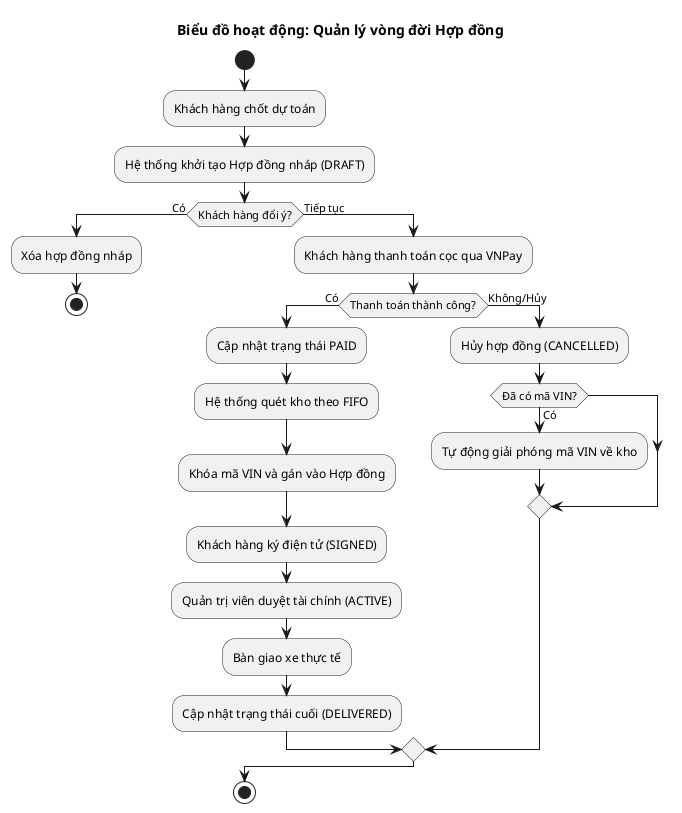
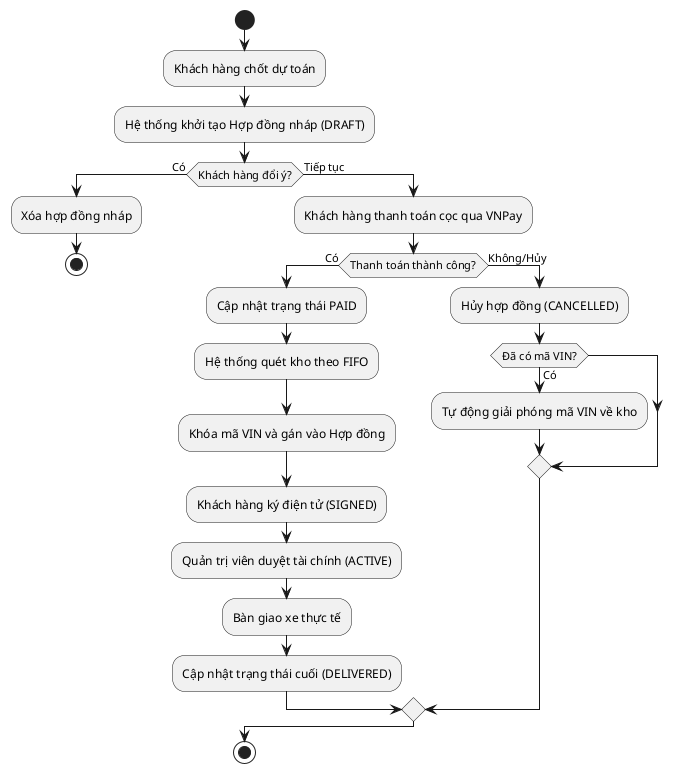
@startuml
- title Biểu đồ hoạt động: Quản lý vòng đời Hợp đồng

start
:Khách hàng chốt dự toán;
:Hệ thống khởi tạo Hợp đồng nháp (DRAFT);

if (Khách hàng đổi ý?) then (Có)
  :Xóa hợp đồng nháp;
  stop
else (Tiếp tục)
  :Khách hàng thanh toán cọc qua VNPay;
  if (Thanh toán thành công?) then (Có)
    :Cập nhật trạng thái PAID;
      :Hệ thống quét kho theo FIFO;
      :Khóa mã VIN và gán vào Hợp đồng;
    :Khách hàng ký điện tử (SIGNED);
    :Quản trị viên duyệt tài chính (ACTIVE);
    :Bàn giao xe thực tế;
    :Cập nhật trạng thái cuối (DELIVERED);
  else (Không/Hủy)
    :Hủy hợp đồng (CANCELLED);
    if (Đã có mã VIN?) then (Có)
      :Tự động giải phóng mã VIN về kho;
    endif
  endif
endif

stop
@enduml